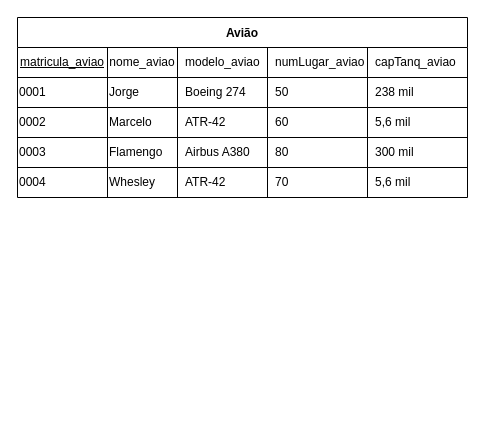
Above: Lista9_20-06/Lista9.drawio in andreeeeeeeee/Engenharia_Software (draw.io), before the change. Source tidied: cells renumbered, new cells numbered last; positions are measured from the earlier drawing's top-left corner, leaving out a move shared by most shapes. Both pictures are drawn from the tidied source at 100%, with x=0, y=0 at pixel (17, 17).
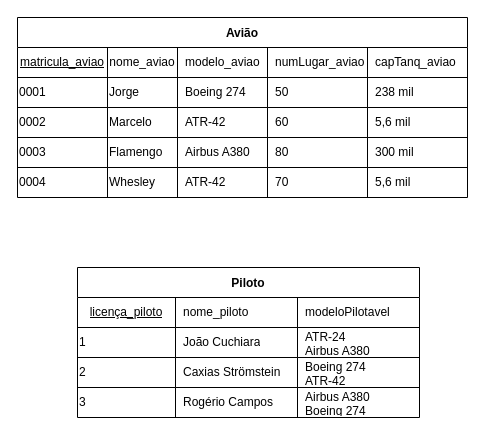
Above is the later version.

What changed in the source:
```diff
@@
+    <mxCell id="33" value="Piloto" style="shape=table;startSize=30;childLayout=tableLayout;rowLines=1;fontStyle=1;fontSize=12;swimlaneFillColor=default;" parent="1" vertex="1">
+      <mxGeometry x="60" y="250" width="342" height="150" as="geometry" />
+    </mxCell>
+    <mxCell id="34" style="shape=tableRow;horizontal=0;startSize=0;swimlaneHead=0;swimlaneBody=0;top=0;left=0;bottom=0;right=0;fillColor=none;fontSize=12;" parent="33" vertex="1">
+      <mxGeometry y="30" width="342" height="30" as="geometry" />
+    </mxCell>
+    <mxCell id="35" value="licença_piloto" style="shape=partialRectangle;html=1;whiteSpace=wrap;fillColor=none;top=0;left=0;bottom=0;right=0;overflow=hidden;fontSize=12;fontStyle=4;" parent="34" vertex="1">
+      <mxGeometry width="98" height="30" as="geometry" />
+    </mxCell>
+    <mxCell id="36" value="nome_piloto" style="shape=partialRectangle;html=1;whiteSpace=wrap;fillColor=none;top=0;left=0;bottom=0;right=0;align=left;spacingLeft=6;overflow=hidden;fontSize=12;" parent="34" vertex="1">
+      <mxGeometry x="98" width="122" height="30" as="geometry" />
+    </mxCell>
+    <mxCell id="37" value="modeloPilotavel" style="shape=partialRectangle;html=1;whiteSpace=wrap;fillColor=none;top=0;left=0;bottom=0;right=0;align=left;spacingLeft=6;overflow=hidden;fontSize=12;" parent="34" vertex="1">
+      <mxGeometry x="220" width="122" height="30" as="geometry" />
+    </mxCell>
+    <mxCell id="38" style="shape=tableRow;horizontal=0;startSize=0;swimlaneHead=0;swimlaneBody=0;top=0;left=0;bottom=0;right=0;fillColor=none;fontSize=12;" parent="33" vertex="1">
+      <mxGeometry y="60" width="342" height="30" as="geometry" />
+    </mxCell>
+    <mxCell id="39" value="1" style="shape=partialRectangle;html=1;whiteSpace=wrap;fillColor=none;top=0;left=0;bottom=0;right=0;overflow=hidden;fontSize=12;align=left;" parent="38" vertex="1">
+      <mxGeometry width="98" height="30" as="geometry" />
+    </mxCell>
+    <mxCell id="40" value="João Cuchiara" style="shape=partialRectangle;html=1;whiteSpace=wrap;fillColor=none;top=0;left=0;bottom=0;right=0;align=left;spacingLeft=6;overflow=hidden;fontSize=12;" parent="38" vertex="1">
+      <mxGeometry x="98" width="122" height="30" as="geometry" />
+    </mxCell>
+    <mxCell id="41" value="&lt;div&gt;ATR-24&lt;/div&gt;&lt;div&gt;Airbus A380&lt;br&gt;&lt;/div&gt;" style="shape=partialRectangle;html=1;whiteSpace=wrap;fillColor=none;top=0;left=0;bottom=0;right=0;align=left;spacingLeft=6;overflow=hidden;fontSize=12;" parent="38" vertex="1">
+      <mxGeometry x="220" width="122" height="30" as="geometry" />
+    </mxCell>
+    <mxCell id="42" style="shape=tableRow;horizontal=0;startSize=0;swimlaneHead=0;swimlaneBody=0;top=0;left=0;bottom=0;right=0;fillColor=none;fontSize=12;" parent="33" vertex="1">
+      <mxGeometry y="90" width="342" height="30" as="geometry" />
+    </mxCell>
+    <mxCell id="43" value="2" style="shape=partialRectangle;html=1;whiteSpace=wrap;fillColor=none;top=0;left=0;bottom=0;right=0;overflow=hidden;fontSize=12;align=left;" parent="42" vertex="1">
+      <mxGeometry width="98" height="30" as="geometry" />
+    </mxCell>
+    <mxCell id="44" value="Caxias Strömstein" style="shape=partialRectangle;html=1;whiteSpace=wrap;fillColor=none;top=0;left=0;bottom=0;right=0;align=left;spacingLeft=6;overflow=hidden;fontSize=12;" parent="42" vertex="1">
+      <mxGeometry x="98" width="122" height="30" as="geometry" />
+    </mxCell>
+    <mxCell id="45" value="&lt;div&gt;Boeing 274&lt;/div&gt;&lt;div&gt;ATR-42&lt;br&gt;&lt;/div&gt;" style="shape=partialRectangle;html=1;whiteSpace=wrap;fillColor=none;top=0;left=0;bottom=0;right=0;align=left;spacingLeft=6;overflow=hidden;fontSize=12;" parent="42" vertex="1">
+      <mxGeometry x="220" width="122" height="30" as="geometry" />
+    </mxCell>
+    <mxCell id="46" style="shape=tableRow;horizontal=0;startSize=0;swimlaneHead=0;swimlaneBody=0;top=0;left=0;bottom=0;right=0;fillColor=none;fontSize=12;" parent="33" vertex="1">
+      <mxGeometry y="120" width="342" height="30" as="geometry" />
+    </mxCell>
+    <mxCell id="47" value="3" style="shape=partialRectangle;html=1;whiteSpace=wrap;fillColor=none;top=0;left=0;bottom=0;right=0;overflow=hidden;fontSize=12;align=left;" parent="46" vertex="1">
+      <mxGeometry width="98" height="30" as="geometry" />
+    </mxCell>
+    <mxCell id="48" value="Rogério Campos" style="shape=partialRectangle;html=1;whiteSpace=wrap;fillColor=none;top=0;left=0;bottom=0;right=0;align=left;spacingLeft=6;overflow=hidden;fontSize=12;" parent="46" vertex="1">
+      <mxGeometry x="98" width="122" height="30" as="geometry" />
+    </mxCell>
+    <mxCell id="49" value="&lt;div&gt;Airbus A380&lt;/div&gt;&lt;div&gt;Boeing 274&lt;br&gt;&lt;/div&gt;" style="shape=partialRectangle;html=1;whiteSpace=wrap;fillColor=none;top=0;left=0;bottom=0;right=0;align=left;spacingLeft=6;overflow=hidden;fontSize=12;" parent="46" vertex="1">
+      <mxGeometry x="220" width="122" height="30" as="geometry" />
+    </mxCell>
```
